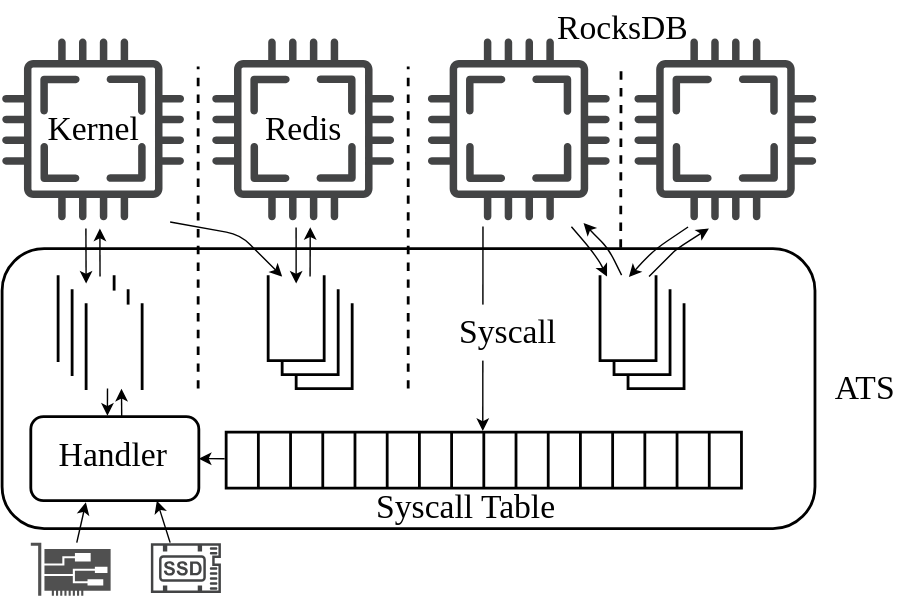
oscourse-tsinghua/openingreport-zfliang2023 keeps this draw.io diagram as assets/sys_arch.svg. Above is the earlier version. Source tidied: cells renumbered, new cells last; positions are measured from the earlier drawing's top-left corner, leaving out a move shared by most shapes.
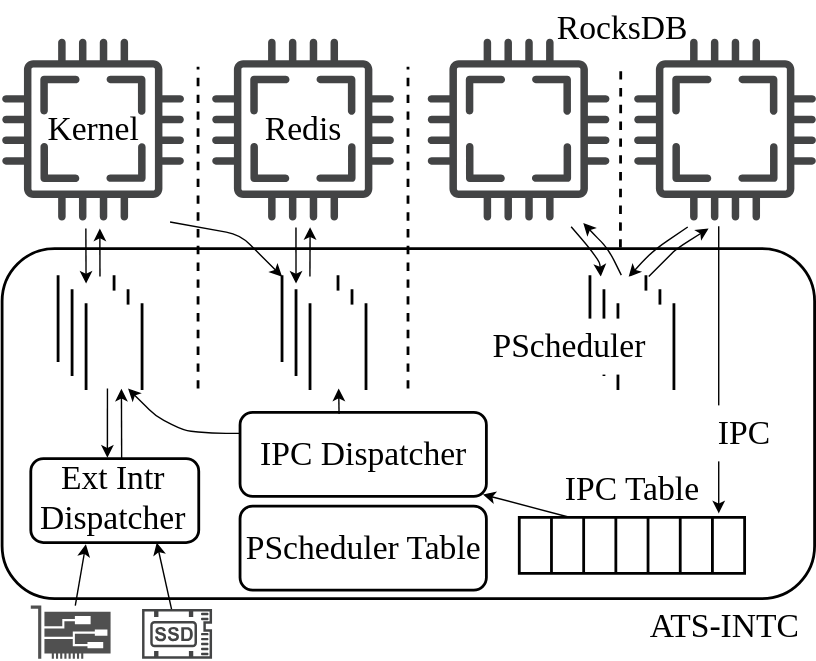
The same file after the commit.

What changed in the source:
```diff
@@ -3,7 +3,7 @@
     <mxCell id="0" />
     <mxCell id="1" parent="0" />
     <mxCell id="2" style="rounded=1;whiteSpace=wrap;html=1;strokeWidth=2;" parent="1" vertex="1">
-      <mxGeometry y="177" width="580.5" height="200" as="geometry" />
+      <mxGeometry y="177" width="580.5" height="250" as="geometry" />
     </mxCell>
     <mxCell id="3" style="endArrow=none;dashed=1;html=1;strokeWidth=2;rounded=1;" parent="1" edge="1">
       <mxGeometry relative="1" as="geometry">
@@ -17,30 +17,6 @@
         <mxPoint x="290" y="47" as="targetPoint" />
       </mxGeometry>
     </mxCell>
-    <mxCell id="5" style="group;rotation=-180;" parent="1" vertex="1">
-      <mxGeometry x="190" y="197" width="60" height="80" as="geometry" />
-    </mxCell>
-    <mxCell id="6" style="shape=partialRectangle;whiteSpace=wrap;html=1;bottom=1;right=1;left=1;top=0;fillColor=default;routingCenterX=-0.5;rounded=1;strokeWidth=2;fontFamily=Times New Roman;fontSize=48;rotation=-360;" parent="5" vertex="1">
-      <mxGeometry x="20" y="20" width="40" height="60" as="geometry" />
-    </mxCell>
-    <mxCell id="7" style="shape=partialRectangle;whiteSpace=wrap;html=1;bottom=1;right=1;left=1;top=0;fillColor=default;routingCenterX=-0.5;rounded=1;strokeWidth=2;fontFamily=Times New Roman;fontSize=48;rotation=-360;" parent="5" vertex="1">
-      <mxGeometry x="10" y="10" width="40" height="60" as="geometry" />
-    </mxCell>
-    <mxCell id="8" style="shape=partialRectangle;whiteSpace=wrap;html=1;bottom=1;right=1;left=1;top=0;fillColor=default;routingCenterX=-0.5;rounded=1;strokeWidth=2;fontFamily=Times New Roman;fontSize=48;rotation=-360;" parent="5" vertex="1">
-      <mxGeometry width="40" height="60" as="geometry" />
-    </mxCell>
-    <mxCell id="9" style="group;rotation=-180;" parent="1" vertex="1">
-      <mxGeometry x="427" y="197" width="60" height="80" as="geometry" />
-    </mxCell>
-    <mxCell id="10" style="shape=partialRectangle;whiteSpace=wrap;html=1;bottom=1;right=1;left=1;top=0;fillColor=default;routingCenterX=-0.5;rounded=1;strokeWidth=2;fontFamily=Times New Roman;fontSize=48;rotation=-360;" parent="9" vertex="1">
-      <mxGeometry x="20" y="20" width="40" height="60" as="geometry" />
-    </mxCell>
-    <mxCell id="11" style="shape=partialRectangle;whiteSpace=wrap;html=1;bottom=1;right=1;left=1;top=0;fillColor=default;routingCenterX=-0.5;rounded=1;strokeWidth=2;fontFamily=Times New Roman;fontSize=48;rotation=-360;" parent="9" vertex="1">
-      <mxGeometry x="10" y="10" width="40" height="60" as="geometry" />
-    </mxCell>
-    <mxCell id="12" style="shape=partialRectangle;whiteSpace=wrap;html=1;bottom=1;right=1;left=1;top=0;fillColor=default;routingCenterX=-0.5;rounded=1;strokeWidth=2;fontFamily=Times New Roman;fontSize=48;rotation=-360;" parent="9" vertex="1">
-      <mxGeometry width="40" height="60" as="geometry" />
-    </mxCell>
     <mxCell id="13" style="endArrow=none;dashed=1;html=1;strokeWidth=2;rounded=1;exitX=0.761;exitY=-0.003;exitDx=0;exitDy=0;exitPerimeter=0;" parent="1" edge="1" source="2">
       <mxGeometry relative="1" as="geometry">
         <mxPoint x="442" y="47" as="targetPoint" />
@@ -50,59 +26,32 @@
       <mxGeometry x="383" width="120" height="40" as="geometry" />
     </mxCell>
     <mxCell id="15" style="shape=table;html=1;whiteSpace=wrap;startSize=0;fontFamily=Times New Roman;fontSize=48;strokeWidth=2;fillColor=#FFFFFF;" parent="1" vertex="1">
-      <mxGeometry x="160" y="308" width="368" height="40" as="geometry" />
+      <mxGeometry x="369.5" y="369" width="161" height="40" as="geometry" />
     </mxCell>
     <mxCell id="16" style="shape=tableRow;horizontal=0;startSize=0;swimlaneHead=0;swimlaneBody=0;top=0;left=0;bottom=0;right=0;fillColor=none;points=[[0,0.5],[1,0.5]];portConstraint=eastwest;fontFamily=Times New Roman;fontSize=48;" parent="15" vertex="1">
-      <mxGeometry width="368" height="40" as="geometry" />
+      <mxGeometry width="161" height="40" as="geometry" />
     </mxCell>
-    <mxCell id="17" style="shape=partialRectangle;html=1;whiteSpace=wrap;fillColor=none;top=0;left=0;bottom=0;right=0;overflow=hidden;fontFamily=Times New Roman;fontSize=48;" parent="16" vertex="1">
-      <mxGeometry width="23" height="40" as="geometry" />
-    </mxCell>
     <mxCell id="18" style="shape=partialRectangle;html=1;whiteSpace=wrap;fillColor=none;top=0;left=0;bottom=0;right=0;overflow=hidden;fontFamily=Times New Roman;fontSize=48;" parent="16" vertex="1">
-      <mxGeometry x="23" width="23" height="40" as="geometry" />
+      <mxGeometry width="23" height="40" as="geometry" />
     </mxCell>
     <mxCell id="19" style="shape=partialRectangle;html=1;whiteSpace=wrap;fillColor=none;top=0;left=0;bottom=0;right=0;overflow=hidden;fontFamily=Times New Roman;fontSize=48;" parent="16" vertex="1">
-      <mxGeometry x="46" width="23" height="40" as="geometry" />
+      <mxGeometry x="23" width="23" height="40" as="geometry" />
     </mxCell>
     <mxCell id="20" style="shape=partialRectangle;html=1;whiteSpace=wrap;fillColor=none;top=0;left=0;bottom=0;right=0;overflow=hidden;fontFamily=Times New Roman;fontSize=48;" parent="16" vertex="1">
-      <mxGeometry x="69" width="23" height="40" as="geometry" />
+      <mxGeometry x="46" width="23" height="40" as="geometry" />
     </mxCell>
-    <mxCell id="21" style="shape=partialRectangle;html=1;whiteSpace=wrap;fillColor=none;top=0;left=0;bottom=0;right=0;overflow=hidden;fontFamily=Times New Roman;fontSize=48;" parent="16" vertex="1">
-      <mxGeometry x="92" width="23" height="40" as="geometry" />
-    </mxCell>
     <mxCell id="22" style="shape=partialRectangle;html=1;whiteSpace=wrap;fillColor=none;top=0;left=0;bottom=0;right=0;overflow=hidden;fontFamily=Times New Roman;fontSize=48;" parent="16" vertex="1">
-      <mxGeometry x="115" width="23" height="40" as="geometry" />
+      <mxGeometry x="69" width="23" height="40" as="geometry" />
     </mxCell>
     <mxCell id="23" style="shape=partialRectangle;html=1;whiteSpace=wrap;fillColor=none;top=0;left=0;bottom=0;right=0;overflow=hidden;fontFamily=Times New Roman;fontSize=48;" parent="16" vertex="1">
-      <mxGeometry x="138" width="23" height="40" as="geometry" />
+      <mxGeometry x="92" width="23" height="40" as="geometry" />
     </mxCell>
     <mxCell id="24" style="shape=partialRectangle;html=1;whiteSpace=wrap;fillColor=none;top=0;left=0;bottom=0;right=0;overflow=hidden;fontFamily=Times New Roman;fontSize=48;" parent="16" vertex="1">
-      <mxGeometry x="161" width="23" height="40" as="geometry" />
+      <mxGeometry x="115" width="23" height="40" as="geometry" />
     </mxCell>
     <mxCell id="25" style="shape=partialRectangle;html=1;whiteSpace=wrap;fillColor=none;top=0;left=0;bottom=0;right=0;overflow=hidden;fontFamily=Times New Roman;fontSize=48;" parent="16" vertex="1">
-      <mxGeometry x="184" width="23" height="40" as="geometry" />
+      <mxGeometry x="138" width="23" height="40" as="geometry" />
     </mxCell>
-    <mxCell id="26" style="shape=partialRectangle;html=1;whiteSpace=wrap;fillColor=none;top=0;left=0;bottom=0;right=0;overflow=hidden;fontFamily=Times New Roman;fontSize=48;" parent="16" vertex="1">
-      <mxGeometry x="207" width="23" height="40" as="geometry" />
-    </mxCell>
-    <mxCell id="27" style="shape=partialRectangle;html=1;whiteSpace=wrap;fillColor=none;top=0;left=0;bottom=0;right=0;overflow=hidden;fontFamily=Times New Roman;fontSize=48;" parent="16" vertex="1">
-      <mxGeometry x="230" width="23" height="40" as="geometry" />
-    </mxCell>
-    <mxCell id="28" style="shape=partialRectangle;html=1;whiteSpace=wrap;fillColor=none;top=0;left=0;bottom=0;right=0;overflow=hidden;fontFamily=Times New Roman;fontSize=48;" parent="16" vertex="1">
-      <mxGeometry x="253" width="23" height="40" as="geometry" />
-    </mxCell>
-    <mxCell id="29" style="shape=partialRectangle;html=1;whiteSpace=wrap;fillColor=none;top=0;left=0;bottom=0;right=0;overflow=hidden;fontFamily=Times New Roman;fontSize=48;" parent="16" vertex="1">
-      <mxGeometry x="276" width="23" height="40" as="geometry" />
-    </mxCell>
-    <mxCell id="30" style="shape=partialRectangle;html=1;whiteSpace=wrap;fillColor=none;top=0;left=0;bottom=0;right=0;overflow=hidden;fontFamily=Times New Roman;fontSize=48;" parent="16" vertex="1">
-      <mxGeometry x="299" width="23" height="40" as="geometry" />
-    </mxCell>
-    <mxCell id="31" style="shape=partialRectangle;html=1;whiteSpace=wrap;fillColor=none;top=0;left=0;bottom=0;right=0;overflow=hidden;fontFamily=Times New Roman;fontSize=48;" parent="16" vertex="1">
-      <mxGeometry x="322" width="23" height="40" as="geometry" />
-    </mxCell>
-    <mxCell id="32" style="shape=partialRectangle;html=1;whiteSpace=wrap;fillColor=none;top=0;left=0;bottom=0;right=0;overflow=hidden;fontFamily=Times New Roman;fontSize=48;" parent="16" vertex="1">
-      <mxGeometry x="345" width="23" height="40" as="geometry" />
-    </mxCell>
     <mxCell id="33" style="group;" parent="1" vertex="1">
       <mxGeometry x="40" y="197" width="60" height="80" as="geometry" />
     </mxCell>
@@ -116,10 +65,10 @@
       <mxGeometry x="20" y="20" width="40" height="60" as="geometry" />
     </mxCell>
     <mxCell id="37" style="sketch=0;shadow=0;dashed=0;html=1;strokeColor=none;fillColor=#505050;labelPosition=center;verticalLabelPosition=bottom;verticalAlign=top;outlineConnect=0;align=center;shape=mxgraph.office.devices.nic;strokeWidth=2;" parent="1" vertex="1">
-      <mxGeometry x="20.5" y="387" width="57" height="38" as="geometry" />
+      <mxGeometry x="20.5" y="432" width="57" height="38" as="geometry" />
     </mxCell>
     <mxCell id="38" style="sketch=0;shadow=0;dashed=0;html=1;strokeColor=none;fillColor=#434445;labelPosition=center;verticalLabelPosition=bottom;verticalAlign=top;align=center;outlineConnect=0;shape=mxgraph.vvd.ssd;strokeWidth=2;" parent="1" vertex="1">
-      <mxGeometry x="106.2" y="387.5" width="50" height="35.5" as="geometry" />
+      <mxGeometry x="100" y="434.5" width="50" height="35.5" as="geometry" />
     </mxCell>
     <mxCell id="39" style="endArrow=classic;html=1;strokeWidth=1;entryX=0.367;entryY=1.017;entryDx=0;entryDy=0;entryPerimeter=0;" parent="1" edge="1">
       <mxGeometry relative="1" as="geometry">
@@ -141,9 +90,10 @@
         </Array>
       </mxGeometry>
     </mxCell>
-    <mxCell id="41" style="endArrow=classic;html=1;strokeWidth=1;exitX=0.87;exitY=1.005;exitDx=0;exitDy=0;exitPerimeter=0;" parent="1" edge="1" target="12">
+    <mxCell id="41" style="endArrow=classic;html=1;strokeWidth=1;exitX=0.87;exitY=1.005;exitDx=0;exitDy=0;exitPerimeter=0;" parent="1" edge="1">
       <mxGeometry relative="1" as="geometry">
         <mxPoint x="406.6" y="161.4" as="sourcePoint" />
+        <mxPoint x="427.8" y="197" as="targetPoint" />
         <Array as="points">
           <mxPoint x="420" y="177" />
           <mxPoint x="427" y="187" />
@@ -160,18 +110,6 @@
         </Array>
       </mxGeometry>
     </mxCell>
-    <mxCell id="43" style="endArrow=classic;html=1;strokeWidth=1;entryX=0.541;entryY=1.008;entryDx=0;entryDy=0;entryPerimeter=0;" parent="1" edge="1">
-      <mxGeometry relative="1" as="geometry">
-        <mxPoint x="219.9" y="197" as="sourcePoint" />
-        <mxPoint x="220.1" y="161.7" as="targetPoint" />
-      </mxGeometry>
-    </mxCell>
-    <mxCell id="44" style="endArrow=classic;html=1;strokeWidth=1;entryX=0.5;entryY=0;entryDx=0;entryDy=0;exitX=0.45;exitY=1.011;exitDx=0;exitDy=0;exitPerimeter=0;" parent="1" edge="1">
-      <mxGeometry relative="1" as="geometry">
-        <mxPoint x="210" y="162" as="sourcePoint" />
-        <mxPoint x="210" y="202" as="targetPoint" />
-      </mxGeometry>
-    </mxCell>
     <mxCell id="45" style="endArrow=classic;html=1;strokeWidth=1;entryX=0.539;entryY=1.008;entryDx=0;entryDy=0;entryPerimeter=0;" parent="1" edge="1">
       <mxGeometry relative="1" as="geometry">
         <mxPoint x="69.9" y="197" as="sourcePoint" />
@@ -194,19 +132,11 @@
         <mxPoint x="75.3" y="277" as="sourcePoint" />
       </mxGeometry>
     </mxCell>
-    <mxCell id="49" style="rounded=1;whiteSpace=wrap;html=1;strokeWidth=2;fillColor=default;" parent="1" vertex="1">
-      <mxGeometry x="20.5" y="297" width="120" height="60" as="geometry" />
-    </mxCell>
-    <mxCell id="50" value="&lt;font face=&quot;Times New Roman&quot; style=&quot;font-size: 24px;&quot;&gt;Handler&lt;br&gt;&lt;/font&gt;" style="text;html=1;align=center;verticalAlign=middle;strokeColor=none;fillColor=none;" parent="1" vertex="1">
-      <mxGeometry x="28.5" y="305" width="100" height="40" as="geometry" />
-    </mxCell>
     <mxCell id="51" style="endArrow=classic;html=1;strokeWidth=1;entryX=0.328;entryY=1.02;entryDx=0;entryDy=0;entryPerimeter=0;" parent="1" edge="1" source="37" target="49">
       <mxGeometry relative="1" as="geometry" />
     </mxCell>
-    <mxCell id="52" style="endArrow=classic;html=1;strokeWidth=1;entryX=0.75;entryY=1;entryDx=0;entryDy=0;" parent="1" edge="1" target="49">
-      <mxGeometry relative="1" as="geometry">
-        <mxPoint x="120" y="387" as="sourcePoint" />
-      </mxGeometry>
+    <mxCell id="52" style="endArrow=classic;html=1;strokeWidth=1;entryX=0.75;entryY=1;entryDx=0;entryDy=0;" parent="1" edge="1" source="38" target="49">
+      <mxGeometry relative="1" as="geometry" />
     </mxCell>
     <mxCell id="53" style="endArrow=classic;html=1;strokeWidth=1;strokeColor=#000000;" parent="1" edge="1">
       <mxGeometry relative="1" as="geometry">
@@ -217,22 +147,30 @@
         </Array>
       </mxGeometry>
     </mxCell>
-    <mxCell id="54" value="&lt;font face=&quot;Times New Roman&quot; style=&quot;font-size: 24px;&quot;&gt;Syscall Table&lt;/font&gt;" style="text;html=1;align=center;verticalAlign=middle;strokeColor=none;fillColor=none;" parent="1" vertex="1">
-      <mxGeometry x="255.5" y="342" width="150" height="40" as="geometry" />
+    <mxCell id="54" value="&lt;font face=&quot;Times New Roman&quot; style=&quot;font-size: 24px;&quot;&gt;IPC Table&lt;/font&gt;" style="text;html=1;align=center;verticalAlign=middle;strokeColor=none;fillColor=none;" parent="1" vertex="1">
+      <mxGeometry x="389.5" y="329" width="120" height="40" as="geometry" />
     </mxCell>
-    <mxCell id="55" style="endArrow=classic;html=1;strokeColor=#000000;entryX=0.498;entryY=-0.018;entryDx=0;entryDy=0;entryPerimeter=0;exitX=0.301;exitY=1.004;exitDx=0;exitDy=0;exitPerimeter=0;" parent="1" edge="1" target="16">
+    <mxCell id="55" style="endArrow=classic;html=1;strokeColor=#000000;entryX=0.625;entryY=-0.021;entryDx=0;entryDy=0;entryPerimeter=0;" parent="1" edge="1">
       <mxGeometry relative="1" as="geometry">
-        <mxPoint x="343.4" y="161.3" as="sourcePoint" />
+        <mxPoint x="512" y="161" as="sourcePoint" />
+        <mxPoint x="512" y="366.2" as="targetPoint" />
       </mxGeometry>
     </mxCell>
-    <mxCell id="56" value="&lt;font face=&quot;Times New Roman&quot; style=&quot;font-size: 24px;&quot;&gt;Syscall&lt;/font&gt;" style="text;html=1;align=center;verticalAlign=middle;strokeColor=none;fillColor=default;" parent="1" vertex="1">
-      <mxGeometry x="315.5" y="217" width="90" height="40" as="geometry" />
+    <mxCell id="56" value="&lt;font face=&quot;Times New Roman&quot; style=&quot;font-size: 24px;&quot;&gt;IPC&lt;/font&gt;" style="text;html=1;align=center;verticalAlign=middle;strokeColor=none;fillColor=default;" parent="1" vertex="1">
+      <mxGeometry x="500" y="289" width="60" height="40" as="geometry" />
     </mxCell>
-    <mxCell id="57" style="endArrow=classic;html=1;strokeWidth=1;entryX=1;entryY=0.5;entryDx=0;entryDy=0;exitX=-0.003;exitY=0.476;exitDx=0;exitDy=0;exitPerimeter=0;" parent="1" edge="1" source="16" target="49">
-      <mxGeometry relative="1" as="geometry" />
+    <mxCell id="57" style="endArrow=classic;html=1;strokeWidth=1;entryX=0.75;entryY=1;entryDx=0;entryDy=0;exitX=0;exitY=0.25;exitDx=0;exitDy=0;" parent="1" edge="1" source="70" target="36">
+      <mxGeometry relative="1" as="geometry">
+        <Array as="points">
+          <mxPoint x="150" y="309" />
+          <mxPoint x="130" y="307" />
+          <mxPoint x="110" y="297" />
+          <mxPoint x="100" y="287" />
+        </Array>
+      </mxGeometry>
     </mxCell>
-    <mxCell id="58" value="&lt;font face=&quot;Times New Roman&quot; style=&quot;font-size: 24px;&quot;&gt;ATS&lt;/font&gt;" style="text;html=1;align=center;verticalAlign=middle;strokeColor=none;fillColor=none;" parent="1" vertex="1">
-      <mxGeometry x="580.5" y="257" width="70" height="40" as="geometry" />
+    <mxCell id="58" value="&lt;font face=&quot;Times New Roman&quot; style=&quot;font-size: 24px;&quot;&gt;ATS-INTC&lt;/font&gt;" style="text;html=1;align=center;verticalAlign=middle;strokeColor=none;fillColor=none;" parent="1" vertex="1">
+      <mxGeometry x="450.5" y="427" width="130" height="40" as="geometry" />
     </mxCell>
     <mxCell id="59" style="group;" parent="1" vertex="1">
       <mxGeometry y="27" width="130" height="130" as="geometry" />
@@ -264,5 +202,77 @@
     <mxCell id="68" style="sketch=0;shadow=0;dashed=0;html=1;strokeColor=none;fillColor=#434445;labelPosition=center;verticalLabelPosition=bottom;verticalAlign=top;align=center;shape=mxgraph.vvd.cpu;" parent="67" vertex="1">
       <mxGeometry width="130" height="130" as="geometry" />
     </mxCell>
+    <mxCell id="69" style="group;" parent="1" vertex="1">
+      <mxGeometry x="170" y="294" width="176" height="60" as="geometry" />
+    </mxCell>
+    <mxCell id="70" style="rounded=1;whiteSpace=wrap;html=1;strokeWidth=2;fillColor=default;" parent="69" vertex="1">
+      <mxGeometry width="176" height="60" as="geometry" />
+    </mxCell>
+    <mxCell id="71" value="&lt;font face=&quot;Times New Roman&quot; style=&quot;font-size: 24px;&quot;&gt;IPC Dispatcher&lt;br&gt;&lt;/font&gt;" style="text;html=1;align=center;verticalAlign=middle;strokeColor=none;fillColor=none;" parent="69" vertex="1">
+      <mxGeometry x="3" y="10" width="170" height="40" as="geometry" />
+    </mxCell>
+    <mxCell id="72" style="group;" parent="1" vertex="1">
+      <mxGeometry x="200" y="197" width="60" height="80" as="geometry" />
+    </mxCell>
+    <mxCell id="73" style="shape=partialRectangle;whiteSpace=wrap;html=1;bottom=0;top=0;fillColor=default;strokeWidth=2;" parent="72" vertex="1">
+      <mxGeometry width="40" height="60" as="geometry" />
+    </mxCell>
+    <mxCell id="74" style="shape=partialRectangle;whiteSpace=wrap;html=1;bottom=0;top=0;fillColor=default;strokeWidth=2;" parent="72" vertex="1">
+      <mxGeometry x="10" y="10" width="40" height="60" as="geometry" />
+    </mxCell>
+    <mxCell id="75" style="shape=partialRectangle;whiteSpace=wrap;html=1;bottom=0;top=0;fillColor=default;strokeWidth=2;" parent="72" vertex="1">
+      <mxGeometry x="20" y="20" width="40" height="60" as="geometry" />
+    </mxCell>
+    <mxCell id="76" style="endArrow=classic;html=1;strokeWidth=1;entryX=0.986;entryY=0.977;entryDx=0;entryDy=0;entryPerimeter=0;exitX=0.218;exitY=-0.006;exitDx=0;exitDy=0;exitPerimeter=0;" parent="1" edge="1" source="15" target="70">
+      <mxGeometry relative="1" as="geometry" />
+    </mxCell>
+    <mxCell id="77" style="endArrow=classic;html=1;strokeWidth=1;exitX=0.402;exitY=0.018;exitDx=0;exitDy=0;exitPerimeter=0;" parent="1" edge="1" source="70" target="75">
+      <mxGeometry relative="1" as="geometry" />
+    </mxCell>
+    <mxCell id="78" style="group;" parent="1" vertex="1">
+      <mxGeometry x="20.5" y="327" width="123" height="63" as="geometry" />
+    </mxCell>
+    <mxCell id="49" style="rounded=1;whiteSpace=wrap;html=1;strokeWidth=2;fillColor=default;" parent="78" vertex="1">
+      <mxGeometry width="120" height="60" as="geometry" />
+    </mxCell>
+    <mxCell id="50" value="&lt;font face=&quot;Times New Roman&quot; style=&quot;font-size: 24px;&quot;&gt;Ext Intr &lt;br&gt;Dispatcher&lt;br&gt;&lt;/font&gt;" style="text;html=1;align=center;verticalAlign=middle;strokeColor=none;fillColor=none;" parent="78" vertex="1">
+      <mxGeometry x="-7" y="-7" width="130" height="70" as="geometry" />
+    </mxCell>
+    <mxCell id="44" style="endArrow=classic;html=1;strokeWidth=1;entryX=0.5;entryY=0;entryDx=0;entryDy=0;exitX=0.45;exitY=1.011;exitDx=0;exitDy=0;exitPerimeter=0;" parent="1" edge="1">
+      <mxGeometry relative="1" as="geometry">
+        <mxPoint x="210" y="162" as="sourcePoint" />
+        <mxPoint x="210" y="202" as="targetPoint" />
+      </mxGeometry>
+    </mxCell>
+    <mxCell id="43" style="endArrow=classic;html=1;strokeWidth=1;entryX=0.541;entryY=1.008;entryDx=0;entryDy=0;entryPerimeter=0;" parent="1" edge="1">
+      <mxGeometry relative="1" as="geometry">
+        <mxPoint x="219.9" y="197" as="sourcePoint" />
+        <mxPoint x="220.1" y="161.7" as="targetPoint" />
+      </mxGeometry>
+    </mxCell>
+    <mxCell id="79" style="group;" parent="1" vertex="1">
+      <mxGeometry x="420" y="197" width="95" height="80" as="geometry" />
+    </mxCell>
+    <mxCell id="80" style="shape=partialRectangle;whiteSpace=wrap;html=1;bottom=0;top=0;fillColor=default;strokeWidth=2;" parent="79" vertex="1">
+      <mxGeometry width="40" height="60" as="geometry" />
+    </mxCell>
+    <mxCell id="81" style="shape=partialRectangle;whiteSpace=wrap;html=1;bottom=0;top=0;fillColor=default;strokeWidth=2;" parent="79" vertex="1">
+      <mxGeometry x="10" y="10" width="40" height="60" as="geometry" />
+    </mxCell>
+    <mxCell id="82" style="shape=partialRectangle;whiteSpace=wrap;html=1;bottom=0;top=0;fillColor=default;strokeWidth=2;" parent="79" vertex="1">
+      <mxGeometry x="20" y="20" width="40" height="60" as="geometry" />
+    </mxCell>
+    <mxCell id="83" style="group;" parent="1" vertex="1">
+      <mxGeometry x="170" y="361" width="183" height="60" as="geometry" />
+    </mxCell>
+    <mxCell id="84" style="rounded=1;whiteSpace=wrap;html=1;strokeWidth=2;fillColor=default;" parent="83" vertex="1">
+      <mxGeometry width="176" height="60" as="geometry" />
+    </mxCell>
+    <mxCell id="85" value="&lt;font face=&quot;Times New Roman&quot; style=&quot;font-size: 24px;&quot;&gt;PScheduler Table&lt;br&gt;&lt;/font&gt;" style="text;html=1;align=center;verticalAlign=middle;strokeColor=none;fillColor=none;" parent="83" vertex="1">
+      <mxGeometry x="-7" y="10" width="190" height="40" as="geometry" />
+    </mxCell>
+    <mxCell id="86" value="&lt;font face=&quot;Times New Roman&quot; style=&quot;font-size: 24px;&quot;&gt;PScheduler&lt;br&gt;&lt;/font&gt;" style="text;html=1;align=center;verticalAlign=middle;strokeColor=none;fillColor=default;" parent="1" vertex="1">
+      <mxGeometry x="340" y="227" width="130" height="40" as="geometry" />
+    </mxCell>
   </root>
 </mxGraphModel>
```
